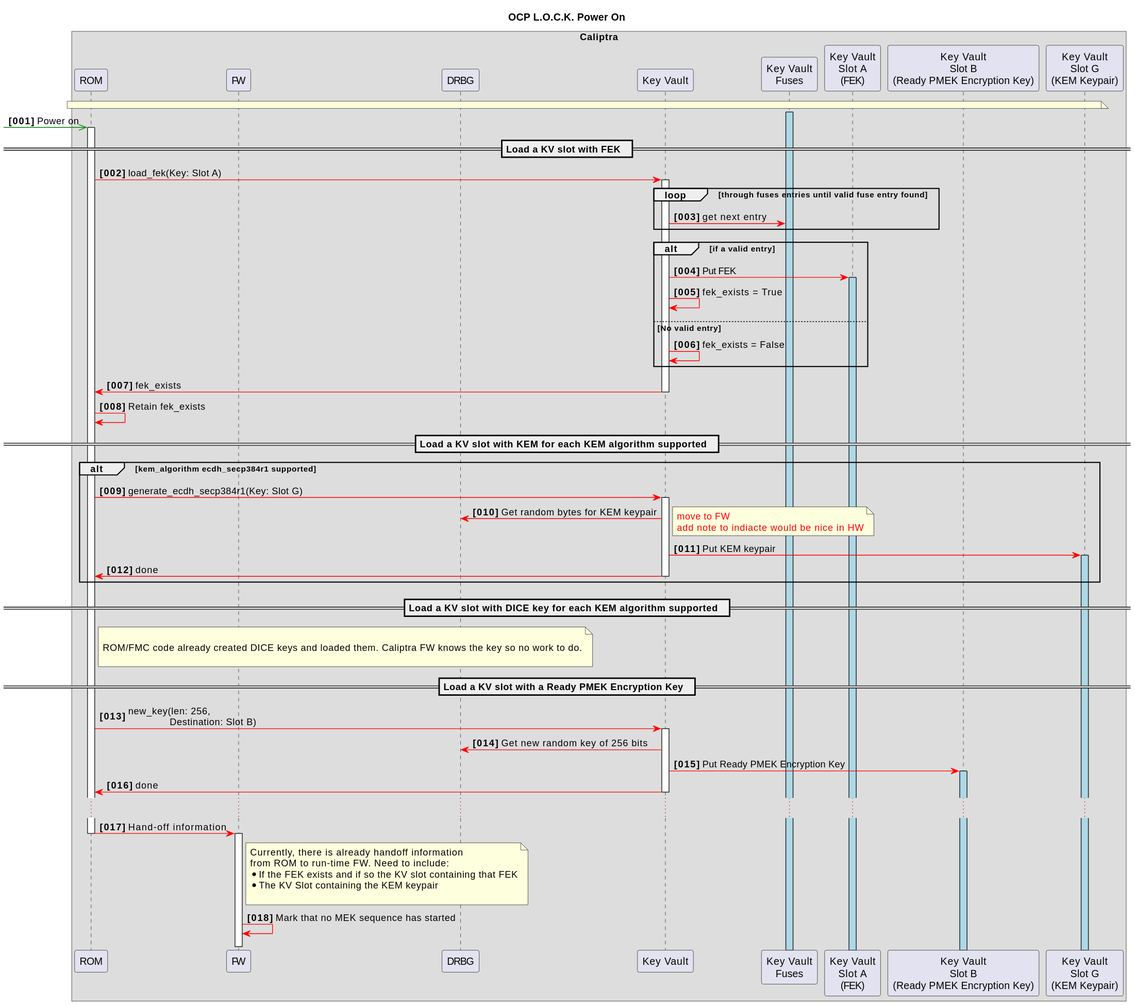
Earlier version of the PlantUML export doc/ocp_lock/diagrams/uml/power_on.svg (chipsalliance/Caliptra).
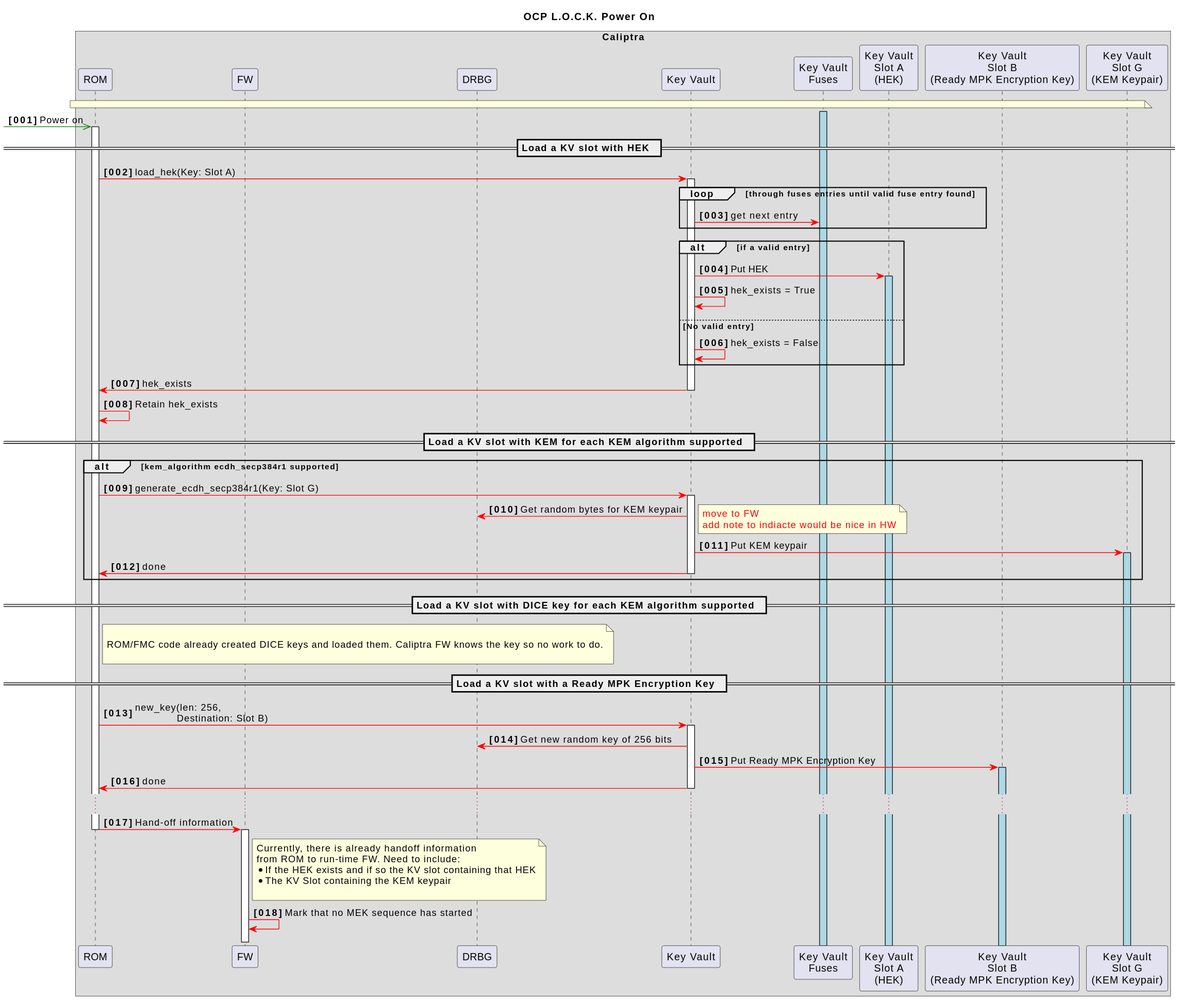
After the change.

Diff of the diagram source:
```diff
@@ -18,27 +18,27 @@
 
 [-[$ASYNC_COLOR]>> crom++ : Power on
 
-== Load a KV slot with FEK  ==
+== Load a KV slot with HEK  ==
 
-crom $sync kv++: load_fek(Key: Slot A)
+crom $sync kv++: load_hek(Key: Slot A)
 loop through fuses entries until valid fuse entry found
     kv $sync fuses : get next entry
 end
 
 alt if a valid entry
-    kv $sync fek : Put FEK
-    fek++ $BUFFER_ACTIVATION
-    kv $sync kv: fek_exists = True
+    kv $sync hek : Put HEK
+    hek++ $BUFFER_ACTIVATION
+    kv $sync kv: hek_exists = True
 else No valid entry
-    kv $sync kv: fek_exists = False
+    kv $sync kv: hek_exists = False
 end
 !if ($show_done)
-    kv $sync crom-- : fek_exists
+    kv $sync crom-- : hek_exists
 !else
     kv--
 !endif
 
-crom $sync crom : Retain fek_exists
+crom $sync crom : Retain hek_exists
 
 
 == Load a KV slot with KEM for each KEM algorithm supported  ==
@@ -67,12 +67,12 @@
 
 end note
 
-== Load a KV slot with a Ready PMEK Encryption Key  ==
+== Load a KV slot with a Ready MPK Encryption Key  ==
 
 crom $sync kv++: new_key(len: 256,\n              Destination: Slot B)
 kv $sync rand: Get new random key of 256 bits
-kv $sync pmeks: Put Ready PMEK Encryption Key
-pmeks++ $BUFFER_ACTIVATION
+kv $sync mpks: Put Ready MPK Encryption Key
+mpks++ $BUFFER_ACTIVATION
 !if ($show_done)
     kv $sync crom-- : done
 !else
@@ -86,7 +86,7 @@
 note right cfw
     Currently, there is already handoff information
     from ROM to run-time FW. Need to include:
-    * If the FEK exists and if so the KV slot containing that FEK
+    * If the HEK exists and if so the KV slot containing that HEK
     * The KV Slot containing the KEM keypair
 
 end note
```
